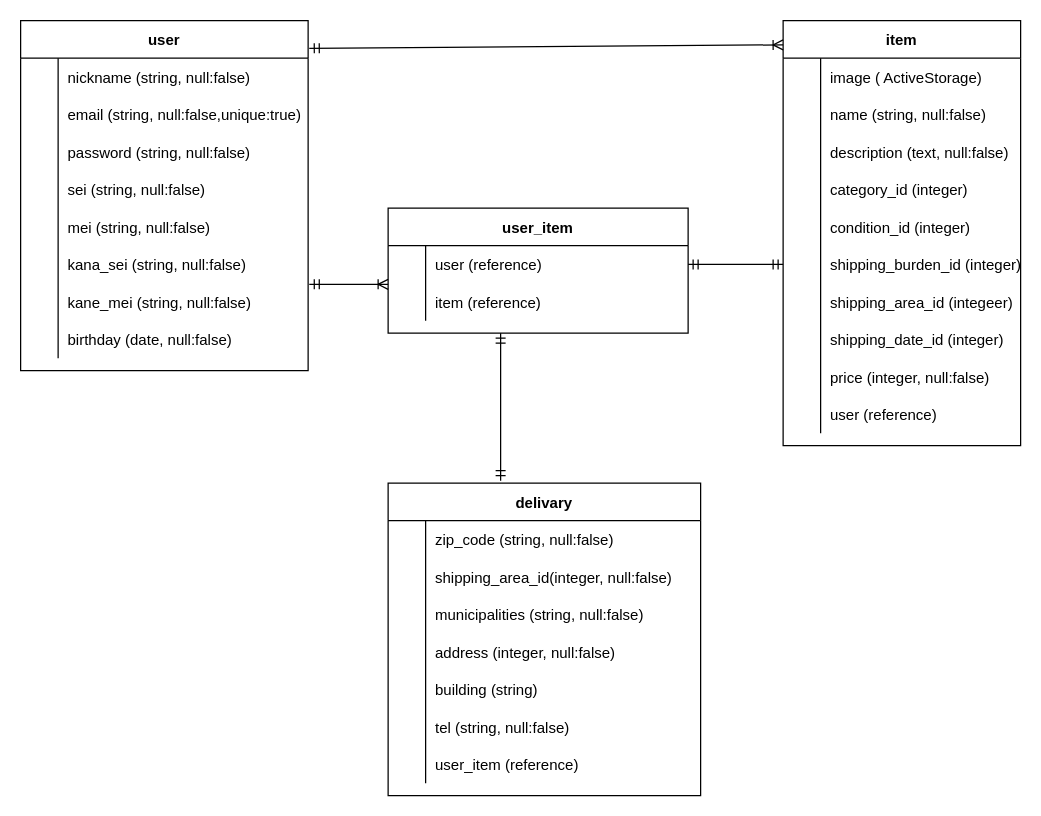
This is furime.dio from yabuuuu/furima-35981, a draw.io file, before an edit. Source tidied: cells renumbered, new cells numbered last; positions are measured from the earlier drawing's top-left corner, leaving out a move shared by most shapes. Both pictures are drawn from the tidied source at 125%, with x=0, y=0 at pixel (20, 20).
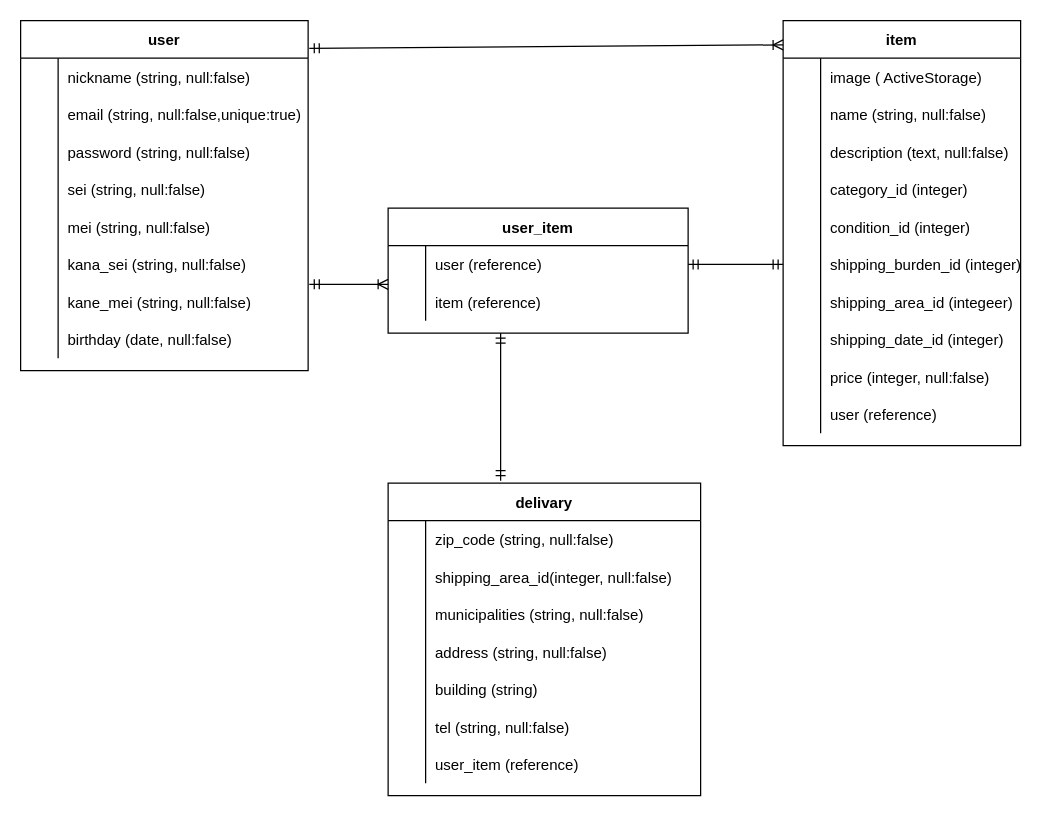
The same diagram, later.

The change refers to these unchanged cells:
```xml
<mxCell id="37" style="shape=partialRectangle;fillColor=none;top=0;left=0;bottom=0;right=0;" parent="27" vertex="1">
  <mxGeometry y="120" width="250" height="30" as="geometry" />
</mxCell>
```

The edit, as a diff of the source:
```diff
@@
-    <mxCell id="39" value="address (integer, null:false)" style="shape=partialRectangle;fillColor=none;top=0;left=0;bottom=0;right=0;align=left;spacingLeft=6;overflow=hidden;" parent="37" vertex="1">
+    <mxCell id="39" value="address (string, null:false)" style="shape=partialRectangle;fillColor=none;top=0;left=0;bottom=0;right=0;align=left;spacingLeft=6;overflow=hidden;" parent="37" vertex="1">
       <mxGeometry x="30" width="220" height="30" as="geometry" />
     </mxCell>
```
